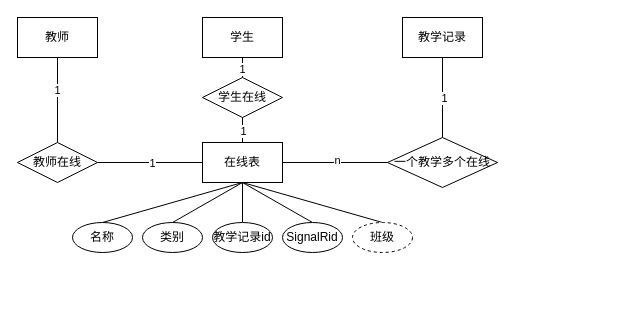
This is ER图2.drawio from Ekko306/diagrams.net, a draw.io file, before an edit. Source tidied: cells renumbered, new cells numbered last; positions are measured from the earlier drawing's top-left corner, leaving out a move shared by most shapes. Both pictures are drawn from the tidied source at 100%, with x=0, y=0 at pixel (17, 17).
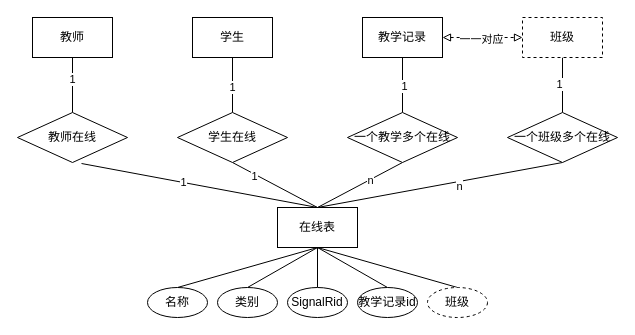
After the change.

Diff of the diagram source:
```diff
@@
     <mxCell id="2" value="在线表" style="rounded=0;whiteSpace=wrap;html=1;" parent="1" vertex="1">
-      <mxGeometry x="185" y="125" width="80" height="40" as="geometry" />
+      <mxGeometry x="260" y="190" width="80" height="40" as="geometry" />
     </mxCell>
@@
     <mxCell id="4" value="名称" style="ellipse;whiteSpace=wrap;html=1;" parent="1" vertex="1">
-      <mxGeometry x="55" y="205" width="60" height="30" as="geometry" />
+      <mxGeometry x="130" y="270" width="60" height="30" as="geometry" />
     </mxCell>
@@
     <mxCell id="6" value="类别" style="ellipse;whiteSpace=wrap;html=1;" parent="1" vertex="1">
-      <mxGeometry x="125" y="205" width="60" height="30" as="geometry" />
+      <mxGeometry x="200" y="270" width="60" height="30" as="geometry" />
     </mxCell>
     <mxCell id="7" style="edgeStyle=none;rounded=0;jettySize=auto;html=1;exitX=0.5;exitY=0;exitDx=0;exitDy=0;endArrow=none;endFill=0;" parent="1" edge="1" source="8">
       <mxGeometry relative="1" as="geometry">
-        <mxPoint x="225" y="165" as="targetPoint" />
+        <mxPoint x="300" y="230" as="targetPoint" />
       </mxGeometry>
     </mxCell>
-    <mxCell id="8" value="教学记录id" style="ellipse;whiteSpace=wrap;html=1;" parent="1" vertex="1">
-      <mxGeometry x="195" y="205" width="60" height="30" as="geometry" />
+    <mxCell id="8" value="SignalRid" style="ellipse;whiteSpace=wrap;html=1;" parent="1" vertex="1">
+      <mxGeometry x="270" y="270" width="60" height="30" as="geometry" />
     </mxCell>
@@
-    <mxCell id="10" value="SignalRid" style="ellipse;whiteSpace=wrap;html=1;" parent="1" vertex="1">
-      <mxGeometry x="265" y="205" width="60" height="30" as="geometry" />
+    <mxCell id="10" value="教学记录id" style="ellipse;whiteSpace=wrap;html=1;" parent="1" vertex="1">
+      <mxGeometry x="340" y="270" width="60" height="30" as="geometry" />
     </mxCell>
     <mxCell id="11" style="edgeStyle=none;rounded=0;jettySize=auto;html=1;exitX=0.5;exitY=0;exitDx=0;exitDy=0;endArrow=none;endFill=0;" parent="1" edge="1" source="12">
       <mxGeometry relative="1" as="geometry">
-        <mxPoint x="225" y="165" as="targetPoint" />
+        <mxPoint x="300" y="230" as="targetPoint" />
       </mxGeometry>
     </mxCell>
     <mxCell id="12" value="班级" style="ellipse;whiteSpace=wrap;html=1;dashed=1;" parent="1" vertex="1">
-      <mxGeometry x="335" y="205" width="60" height="30" as="geometry" />
+      <mxGeometry x="410" y="270" width="60" height="30" as="geometry" />
     </mxCell>
@@
     <mxCell id="15" value="教师" style="rounded=0;whiteSpace=wrap;html=1;" parent="1" vertex="1">
-      <mxGeometry width="80" height="40" as="geometry" />
+      <mxGeometry x="15" width="80" height="40" as="geometry" />
     </mxCell>
@@
     <mxCell id="18" value="学生" style="rounded=0;whiteSpace=wrap;html=1;" parent="1" vertex="1">
-      <mxGeometry x="185" width="80" height="40" as="geometry" />
+      <mxGeometry x="175" width="80" height="40" as="geometry" />
     </mxCell>
@@
+    <mxCell id="31" style="edgeStyle=none;rounded=0;jettySize=auto;html=1;entryX=0;entryY=0.5;entryDx=0;entryDy=0;endArrow=block;endFill=0;dashed=1;startArrow=block;startFill=0;" parent="1" edge="1" source="21" target="40">
+      <mxGeometry relative="1" as="geometry" />
+    </mxCell>
+    <mxCell id="32" value="一一对应" style="edgeLabel;html=1;align=center;verticalAlign=middle;" parent="31" vertex="1">
+      <mxGeometry x="-0.05" y="-1" relative="1" as="geometry" />
+    </mxCell>
     <mxCell id="21" value="教学记录" style="rounded=0;whiteSpace=wrap;html=1;" parent="1" vertex="1">
-      <mxGeometry x="385" width="80" height="40" as="geometry" />
+      <mxGeometry x="345" width="80" height="40" as="geometry" />
     </mxCell>
-    <mxCell id="22" style="edgeStyle=none;rounded=0;jettySize=auto;html=1;entryX=0;entryY=0.5;entryDx=0;entryDy=0;endArrow=none;endFill=0;" parent="1" edge="1" source="24" target="2">
+    <mxCell id="22" style="rounded=0;jettySize=auto;html=1;entryX=0.5;entryY=0;entryDx=0;entryDy=0;endArrow=none;endFill=0;exitX=0.582;exitY=1.02;exitDx=0;exitDy=0;exitPerimeter=0;" parent="1" edge="1" source="24" target="2">
       <mxGeometry relative="1" as="geometry" />
     </mxCell>
-    <mxCell id="23" value="1" style="edgeLabel;html=1;align=center;verticalAlign=middle;" parent="22" vertex="1">
-      <mxGeometry x="0.03" relative="1" as="geometry" />
-    </mxCell>
+    <mxCell id="33" value="1" style="edgeLabel;html=1;align=center;verticalAlign=middle;" parent="22" vertex="1">
+      <mxGeometry x="-0.14" relative="1" as="geometry" />
+    </mxCell>
     <mxCell id="24" value="教师在线" style="rhombus;whiteSpace=wrap;html=1;" parent="1" vertex="1">
-      <mxGeometry y="125" width="80" height="40" as="geometry" />
+      <mxGeometry y="95" width="110" height="50" as="geometry" />
     </mxCell>
-    <mxCell id="25" style="edgeStyle=none;rounded=0;jettySize=auto;html=1;exitX=0.5;exitY=1;exitDx=0;exitDy=0;entryX=0.5;entryY=0;entryDx=0;entryDy=0;endArrow=none;endFill=0;" parent="1" edge="1" source="27" target="2">
-      <mxGeometry relative="1" as="geometry" />
-    </mxCell>
-    <mxCell id="26" value="1" style="edgeLabel;html=1;align=center;verticalAlign=middle;" parent="25" vertex="1">
-      <mxGeometry relative="1" as="geometry" />
-    </mxCell>
+    <mxCell id="34" style="edgeStyle=none;rounded=0;jettySize=auto;html=1;exitX=0.5;exitY=1;exitDx=0;exitDy=0;endArrow=none;endFill=0;" parent="1" edge="1" source="27">
+      <mxGeometry relative="1" as="geometry">
+        <mxPoint x="300" y="190" as="targetPoint" />
+      </mxGeometry>
+    </mxCell>
+    <mxCell id="35" value="1" style="edgeLabel;html=1;align=center;verticalAlign=middle;" parent="34" vertex="1">
+      <mxGeometry x="-0.49" y="-2" relative="1" as="geometry" />
+    </mxCell>
     <mxCell id="27" value="学生在线" style="rhombus;whiteSpace=wrap;html=1;" parent="1" vertex="1">
-      <mxGeometry x="185" y="60" width="80" height="40" as="geometry" />
+      <mxGeometry x="160" y="95" width="110" height="50" as="geometry" />
     </mxCell>
-    <mxCell id="28" style="edgeStyle=none;rounded=0;jettySize=auto;html=1;exitX=0;exitY=0.5;exitDx=0;exitDy=0;entryX=1;entryY=0.5;entryDx=0;entryDy=0;endArrow=none;endFill=0;" parent="1" edge="1" source="30" target="2">
-      <mxGeometry relative="1" as="geometry" />
-    </mxCell>
-    <mxCell id="29" value="n" style="edgeLabel;html=1;align=center;verticalAlign=middle;" parent="28" vertex="1">
-      <mxGeometry x="-0.03" y="-3" relative="1" as="geometry" />
-    </mxCell>
+    <mxCell id="36" style="edgeStyle=none;rounded=0;jettySize=auto;html=1;exitX=0.5;exitY=1;exitDx=0;exitDy=0;endArrow=none;endFill=0;" parent="1" edge="1" source="30">
+      <mxGeometry relative="1" as="geometry">
+        <mxPoint x="300" y="190" as="targetPoint" />
+      </mxGeometry>
+    </mxCell>
+    <mxCell id="37" value="n" style="edgeLabel;html=1;align=center;verticalAlign=middle;" parent="36" vertex="1">
+      <mxGeometry x="-0.23" relative="1" as="geometry" />
+    </mxCell>
     <mxCell id="30" value="一个教学多个在线" style="rhombus;whiteSpace=wrap;html=1;" parent="1" vertex="1">
-      <mxGeometry x="370" y="120" width="110" height="50" as="geometry" />
+      <mxGeometry x="330" y="95" width="110" height="50" as="geometry" />
     </mxCell>
+    <mxCell id="38" style="edgeStyle=orthogonalEdgeStyle;rounded=0;jettySize=auto;html=1;entryX=0.5;entryY=0;entryDx=0;entryDy=0;endArrow=none;endFill=0;" parent="1" edge="1" source="40" target="43">
+      <mxGeometry relative="1" as="geometry" />
+    </mxCell>
+    <mxCell id="39" value="1" style="edgeLabel;html=1;align=center;verticalAlign=middle;" parent="38" vertex="1">
+      <mxGeometry x="-0.05" y="-4" relative="1" as="geometry" />
+    </mxCell>
+    <mxCell id="40" value="班级" style="rounded=0;whiteSpace=wrap;html=1;dashed=1;" parent="1" vertex="1">
+      <mxGeometry x="505" width="80" height="40" as="geometry" />
+    </mxCell>
+    <mxCell id="41" style="edgeStyle=none;rounded=0;jettySize=auto;html=1;exitX=0.5;exitY=1;exitDx=0;exitDy=0;entryX=0.5;entryY=0;entryDx=0;entryDy=0;endArrow=none;endFill=0;" parent="1" edge="1" source="43" target="2">
+      <mxGeometry relative="1" as="geometry" />
+    </mxCell>
+    <mxCell id="42" value="n" style="edgeLabel;html=1;align=center;verticalAlign=middle;" parent="41" vertex="1">
+      <mxGeometry x="-0.15" y="4" relative="1" as="geometry" />
+    </mxCell>
+    <mxCell id="43" value="一个班级多个在线" style="rhombus;whiteSpace=wrap;html=1;" parent="1" vertex="1">
+      <mxGeometry x="490" y="95" width="110" height="50" as="geometry" />
+    </mxCell>
```
